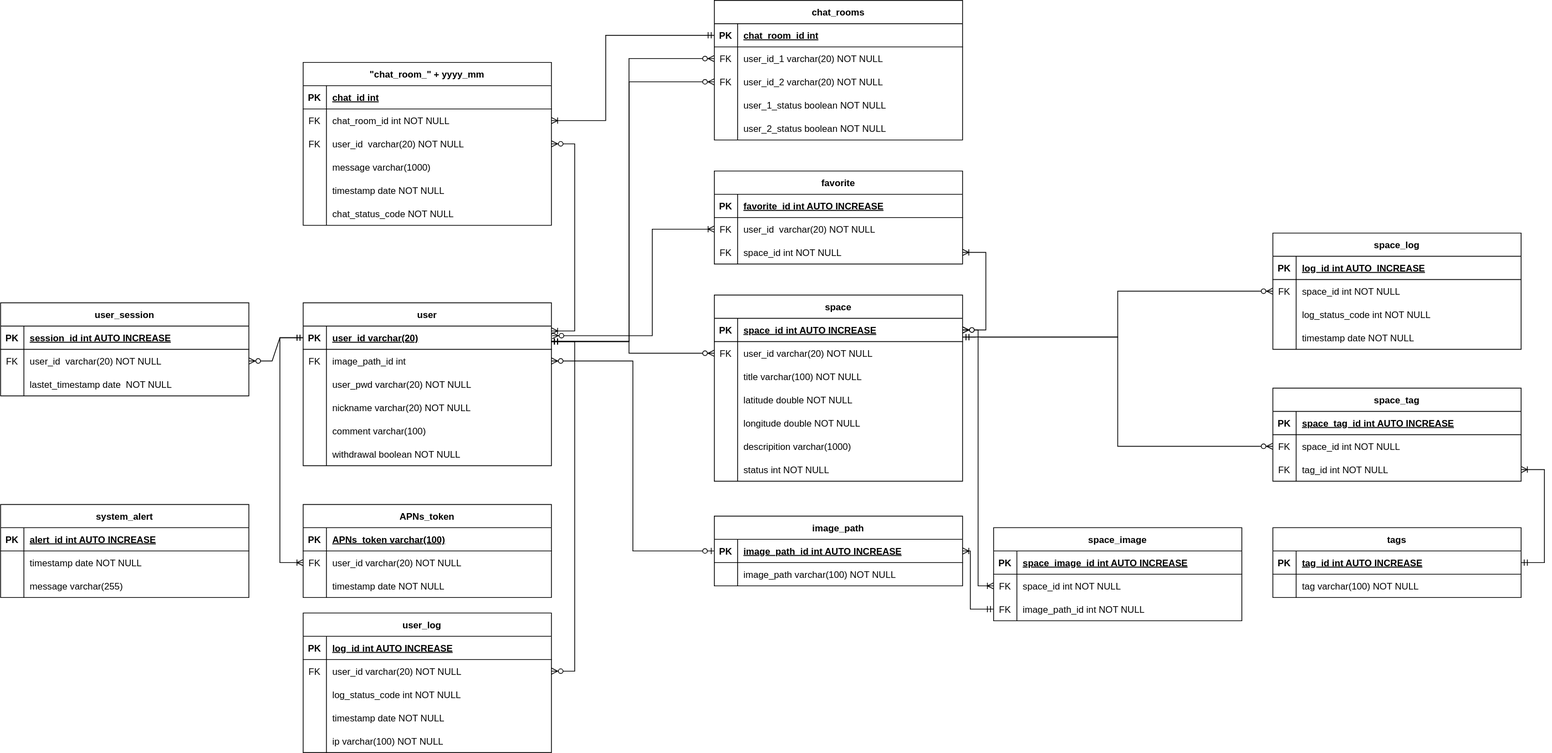
Before: 클래스 다이어그램/database.svg, a diagram exported from draw.io (shlim0/2022_capstone1). Source tidied: cells renumbered, new cells last; positions are measured from the earlier drawing's top-left corner, leaving out a move shared by most shapes.
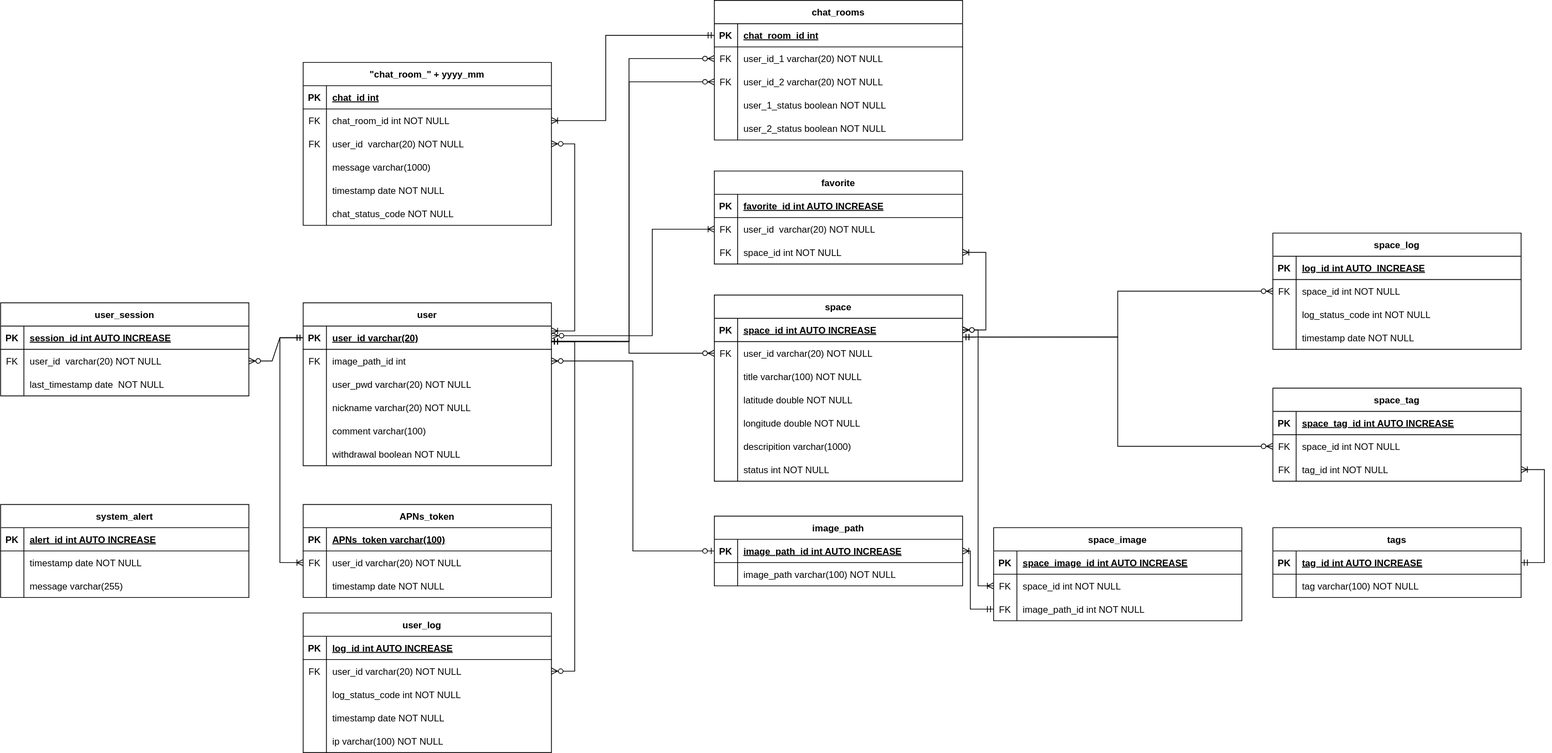
Later version of the same file.

What changed in the source:
```diff
@@ -86,7 +86,7 @@
     <mxCell id="29" style="shape=partialRectangle;overflow=hidden;fillColor=none;top=0;left=0;bottom=0;right=0;" parent="28" vertex="1">
       <mxGeometry width="30" height="30" as="geometry" />
     </mxCell>
-    <mxCell id="30" value="lastet_timestamp date  NOT NULL" style="shape=partialRectangle;overflow=hidden;fillColor=none;top=0;left=0;bottom=0;right=0;align=left;spacingLeft=6;" parent="28" vertex="1">
+    <mxCell id="30" value="last_timestamp date  NOT NULL" style="shape=partialRectangle;overflow=hidden;fillColor=none;top=0;left=0;bottom=0;right=0;align=left;spacingLeft=6;" parent="28" vertex="1">
       <mxGeometry x="30" width="290" height="30" as="geometry" />
     </mxCell>
     <mxCell id="31" style="edgeStyle=entityRelationEdgeStyle;fontSize=12;html=1;endArrow=ERzeroToMany;startArrow=ERmandOne;rounded=0;entryX=1;entryY=0.5;entryDx=0;entryDy=0;exitX=0;exitY=0.5;exitDx=0;exitDy=0;" parent="1" edge="1" source="3" target="25">
```
